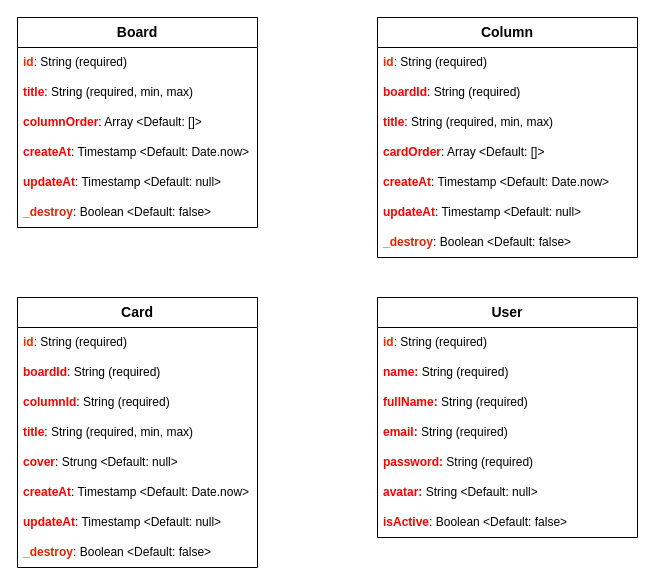
The draw.io diagram Trello_Viet.drawio in Graphene101102/MERN-trello-backend, before the edit. Source tidied: cells renumbered, new cells numbered last; positions are measured from the earlier drawing's top-left corner, leaving out a move shared by most shapes. Both pictures are drawn from the tidied source at 100%, with x=0, y=0 at pixel (17, 17).
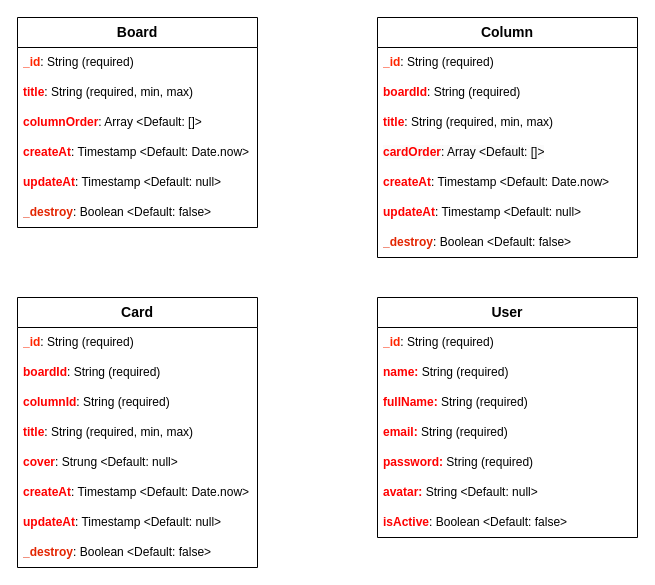
Above is the later version.

Unchanged cells that the change refers to:
```xml
<mxCell id="2" value="&lt;b&gt;&lt;font style=&quot;font-size: 14px;&quot;&gt;Board&lt;/font&gt;&lt;/b&gt;" style="swimlane;fontStyle=0;horizontal=1;startSize=30;whiteSpace=wrap;html=1;" parent="1" vertex="1">
  <mxGeometry width="240" height="210" as="geometry" />
</mxCell>
<mxCell id="9" value="&lt;b&gt;&lt;font style=&quot;font-size: 14px;&quot;&gt;Column&lt;/font&gt;&lt;/b&gt;" style="swimlane;fontStyle=0;horizontal=1;startSize=30;whiteSpace=wrap;html=1;" parent="1" vertex="1">
  <mxGeometry x="360" width="260" height="240" as="geometry" />
</mxCell>
<mxCell id="17" value="&lt;font style=&quot;font-size: 14px;&quot;&gt;&lt;b&gt;Card&lt;/b&gt;&lt;/font&gt;" style="swimlane;fontStyle=0;horizontal=1;startSize=30;whiteSpace=wrap;html=1;" parent="1" vertex="1">
  <mxGeometry y="280" width="240" height="270" as="geometry" />
</mxCell>
<mxCell id="26" value="&lt;font style=&quot;font-size: 14px;&quot;&gt;&lt;b&gt;User&lt;/b&gt;&lt;/font&gt;" style="swimlane;fontStyle=0;horizontal=1;startSize=30;whiteSpace=wrap;html=1;" parent="1" vertex="1">
  <mxGeometry x="360" y="280" width="260" height="240" as="geometry" />
</mxCell>
```

Change to the diagram source:
```diff
@@
-    <mxCell id="3" value="&lt;font color=&quot;#ff2600&quot;&gt;&lt;b&gt;id&lt;/b&gt;&lt;/font&gt;: String (required)" style="text;strokeColor=none;fillColor=none;align=left;verticalAlign=middle;spacingLeft=4;spacingRight=4;overflow=hidden;whiteSpace=wrap;html=1;" parent="2" vertex="1">
+    <mxCell id="3" value="&lt;font color=&quot;#ff2600&quot;&gt;&lt;b&gt;_id&lt;/b&gt;&lt;/font&gt;: String (required)" style="text;strokeColor=none;fillColor=none;align=left;verticalAlign=middle;spacingLeft=4;spacingRight=4;overflow=hidden;whiteSpace=wrap;html=1;" parent="2" vertex="1">
       <mxGeometry y="30" width="240" height="30" as="geometry" />
     </mxCell>
@@
-    <mxCell id="10" value="&lt;font color=&quot;#ff2600&quot;&gt;&lt;b&gt;id&lt;/b&gt;&lt;/font&gt;: String (required)" style="text;strokeColor=none;fillColor=none;align=left;verticalAlign=middle;spacingLeft=4;spacingRight=4;overflow=hidden;whiteSpace=wrap;html=1;" parent="9" vertex="1">
+    <mxCell id="10" value="&lt;font color=&quot;#ff2600&quot;&gt;&lt;b&gt;_id&lt;/b&gt;&lt;/font&gt;: String (required)" style="text;strokeColor=none;fillColor=none;align=left;verticalAlign=middle;spacingLeft=4;spacingRight=4;overflow=hidden;whiteSpace=wrap;html=1;" parent="9" vertex="1">
       <mxGeometry y="30" width="260" height="30" as="geometry" />
     </mxCell>
@@
-    <mxCell id="18" value="&lt;font color=&quot;#ff2600&quot;&gt;&lt;b&gt;id&lt;/b&gt;&lt;/font&gt;: String (required)" style="text;strokeColor=none;fillColor=none;align=left;verticalAlign=middle;spacingLeft=4;spacingRight=4;overflow=hidden;whiteSpace=wrap;html=1;" parent="17" vertex="1">
+    <mxCell id="18" value="&lt;font color=&quot;#ff2600&quot;&gt;&lt;b&gt;_id&lt;/b&gt;&lt;/font&gt;: String (required)" style="text;strokeColor=none;fillColor=none;align=left;verticalAlign=middle;spacingLeft=4;spacingRight=4;overflow=hidden;whiteSpace=wrap;html=1;" parent="17" vertex="1">
       <mxGeometry y="30" width="240" height="30" as="geometry" />
     </mxCell>
@@
-    <mxCell id="27" value="&lt;font color=&quot;#ff2600&quot;&gt;&lt;b&gt;id&lt;/b&gt;&lt;/font&gt;: String (required)" style="text;strokeColor=none;fillColor=none;align=left;verticalAlign=middle;spacingLeft=4;spacingRight=4;overflow=hidden;whiteSpace=wrap;html=1;" parent="26" vertex="1">
+    <mxCell id="27" value="&lt;font color=&quot;#ff2600&quot;&gt;&lt;b&gt;_id&lt;/b&gt;&lt;/font&gt;: String (required)" style="text;strokeColor=none;fillColor=none;align=left;verticalAlign=middle;spacingLeft=4;spacingRight=4;overflow=hidden;whiteSpace=wrap;html=1;" parent="26" vertex="1">
       <mxGeometry y="30" width="260" height="30" as="geometry" />
     </mxCell>
```
